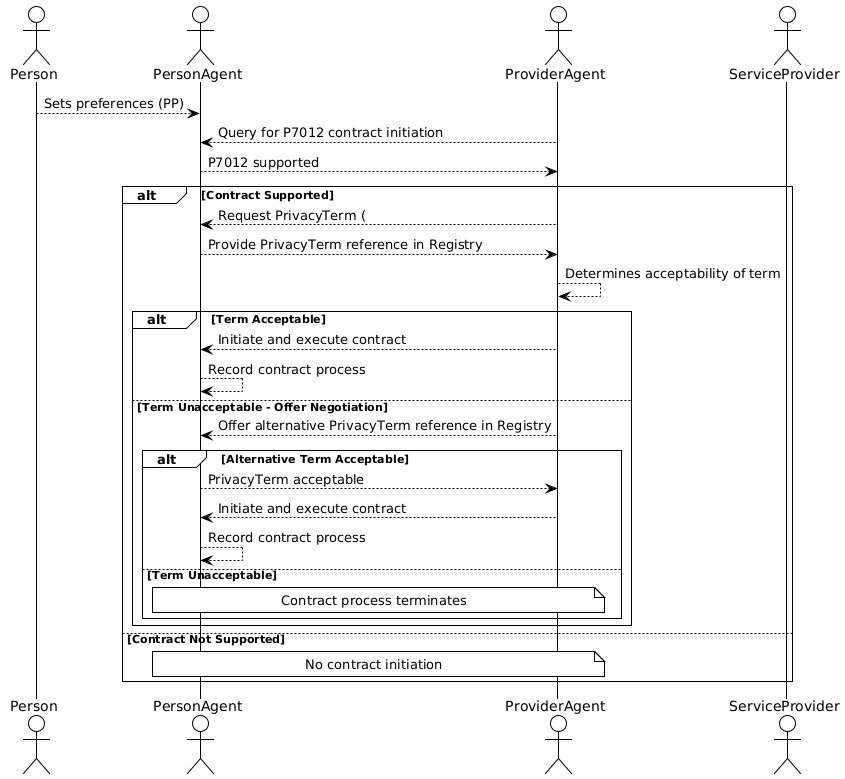
Above: 2.1-dev/diagrams/p7012-process-overview.png in w3c/dpv (PlantUML), before the change. Its diagram source:
```plantuml
@startuml
!theme plain
actor Person as P
actor PersonAgent as PA
actor ProviderAgent as PRA
actor ServiceProvider as SP

P --> PA : Sets preferences (PP)
PRA --> PA : Query for P7012 contract initiation
PA --> PRA : P7012 supported

alt Contract Supported
    PRA --> PA : Request PrivacyTerm (
    PA --> PRA : Provide PrivacyTerm reference in Registry

    PRA --> PRA : Determines acceptability of term

    alt Term Acceptable
        PRA --> PA : Initiate and execute contract
        PA --> PA : Record contract process
    else Term Unacceptable - Offer Negotiation
        PRA --> PA : Offer alternative PrivacyTerm reference in Registry

        alt Alternative Term Acceptable
            PA --> PRA : PrivacyTerm acceptable
            PRA --> PA : Initiate and execute contract
            PA --> PA : Record contract process
        else Term Unacceptable
            note over PRA, PA : Contract process terminates
        end
    end
else Contract Not Supported
    note over PRA, PA : No contract initiation
end
@enduml
```
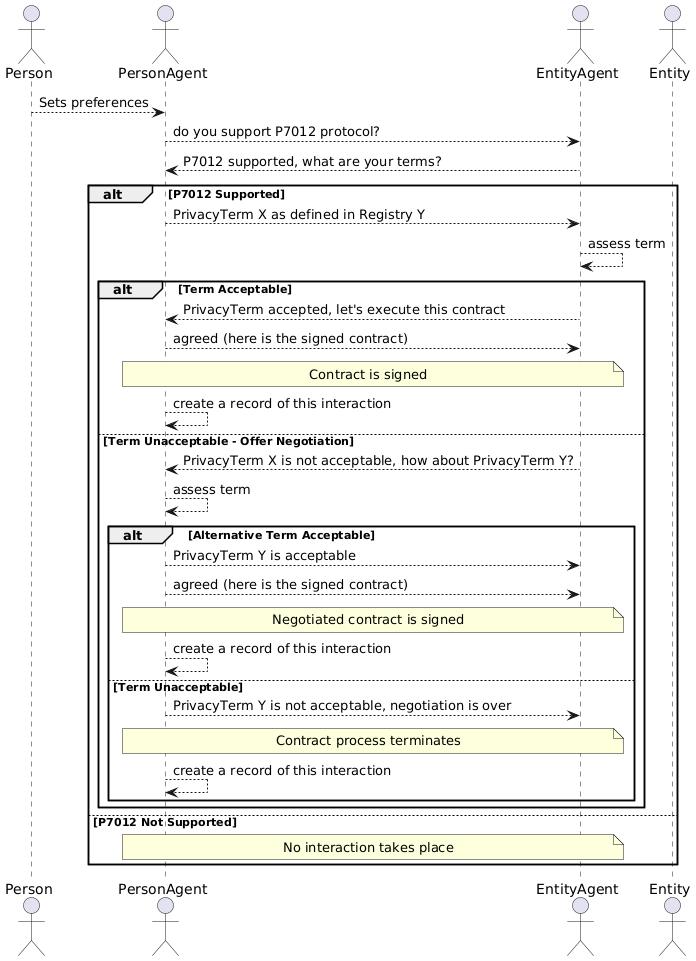
Later version of the same file.

Commit message:
update diagram for overview

Diff of the diagram source:
```diff
@@ -1,35 +1,38 @@
 @startuml
-!theme plain
 actor Person as P
 actor PersonAgent as PA
-actor ProviderAgent as PRA
-actor ServiceProvider as SP
+actor EntityAgent as PRA
+actor Entity as SP
 
-P --> PA : Sets preferences (PP)
-PRA --> PA : Query for P7012 contract initiation
-PA --> PRA : P7012 supported
+P --> PA : Sets preferences
+PA --> PRA : do you support P7012 protocol?
+PRA --> PA : P7012 supported, what are your terms?
 
-alt Contract Supported
-    PRA --> PA : Request PrivacyTerm (
-    PA --> PRA : Provide PrivacyTerm reference in Registry
+alt P7012 Supported
+    PA --> PRA : PrivacyTerm X as defined in Registry Y
 
-    PRA --> PRA : Determines acceptability of term
+    PRA --> PRA : assess term
 
     alt Term Acceptable
-        PRA --> PA : Initiate and execute contract
-        PA --> PA : Record contract process
+        PRA --> PA : PrivacyTerm accepted, let's execute this contract
+        PA --> PRA : agreed (here is the signed contract)
+        note over PRA, PA : Contract is signed
+        PA --> PA : create a record of this interaction
     else Term Unacceptable - Offer Negotiation
-        PRA --> PA : Offer alternative PrivacyTerm reference in Registry
-
+        PRA --> PA : PrivacyTerm X is not acceptable, how about PrivacyTerm Y?
+        PA --> PA : assess term
         alt Alternative Term Acceptable
-            PA --> PRA : PrivacyTerm acceptable
-            PRA --> PA : Initiate and execute contract
-            PA --> PA : Record contract process
+            PA --> PRA : PrivacyTerm Y is acceptable
+            PA --> PRA : agreed (here is the signed contract)
+            note over PRA, PA : Negotiated contract is signed
+        PA --> PA : create a record of this interaction
         else Term Unacceptable
+            PA --> PRA: PrivacyTerm Y is not acceptable, negotiation is over
             note over PRA, PA : Contract process terminates
+            PA --> PA : create a record of this interaction
         end
     end
-else Contract Not Supported
-    note over PRA, PA : No contract initiation
+else P7012 Not Supported
+    note over PRA, PA : No interaction takes place
 end
 @enduml
```
